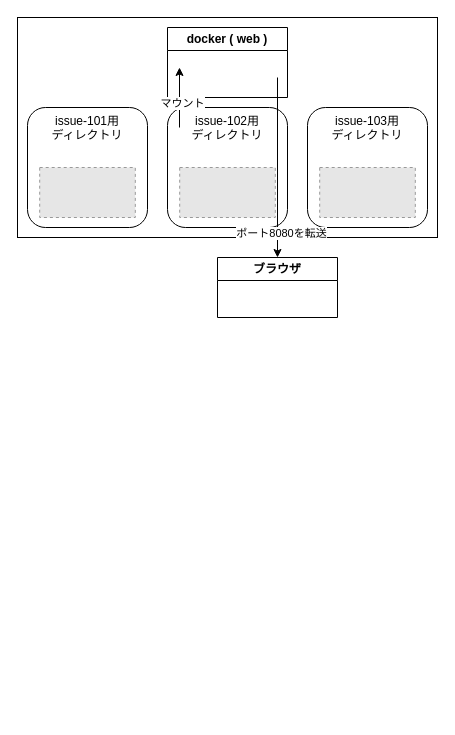
irukasano/drawio keeps this draw.io diagram as 20250812みんなどうやって AI でマルチタスクしてるの？.drawio. Above is the earlier version. Source tidied: cells renumbered, new cells numbered last; positions are measured from the earlier drawing's top-left corner, leaving out a move shared by most shapes. Both pictures are drawn from the tidied source at 100%, with x=0, y=0 at pixel (17, 17). Pictures stored in the file or linked from it are replaced by grey dashed boxes.
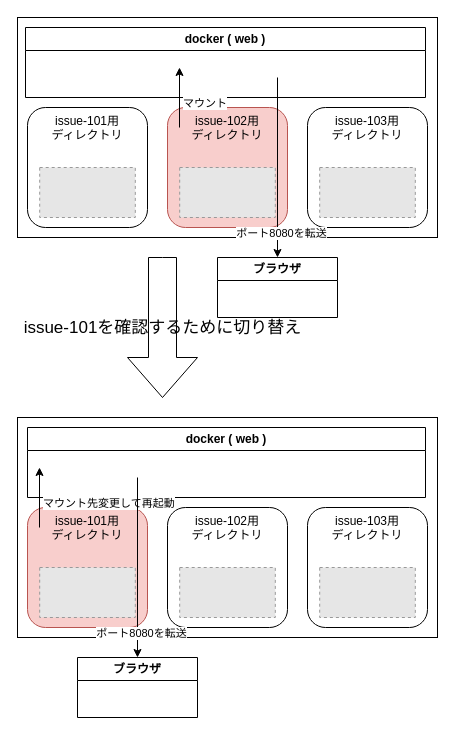
The same diagram, later.

Commit message:
20250812みんなどうやって AI でマルチタスクしてるの？.drawio を更新します

The change refers to these unchanged cells:
```xml
<mxCell id="7" style="endArrow=classic;html=1;rounded=0;" parent="1" edge="1">
  <mxGeometry relative="1" as="geometry">
    <mxPoint x="162" y="110" as="sourcePoint" />
    <mxPoint x="162" y="50" as="targetPoint" />
  </mxGeometry>
</mxCell>
```

The edit, as a diff of the source:
```diff
@@
-    <mxCell id="4" value="&lt;font face=&quot;Helvetica&quot;&gt;issue-102用&lt;/font&gt;&lt;div&gt;&lt;font face=&quot;Helvetica&quot;&gt;ディレクトリ&lt;/font&gt;&lt;/div&gt;" style="rounded=1;whiteSpace=wrap;html=1;verticalAlign=top;" parent="1" vertex="1">
+    <mxCell id="4" value="&lt;font face=&quot;Helvetica&quot;&gt;issue-102用&lt;/font&gt;&lt;div&gt;&lt;font face=&quot;Helvetica&quot;&gt;ディレクトリ&lt;/font&gt;&lt;/div&gt;" style="rounded=1;whiteSpace=wrap;html=1;verticalAlign=top;fillColor=#f8cecc;strokeColor=#b85450;" parent="1" vertex="1">
       <mxGeometry x="150" y="90" width="120" height="120" as="geometry" />
     </mxCell>
@@
     <mxCell id="6" value="docker ( web )" style="swimlane;whiteSpace=wrap;html=1;" parent="1" vertex="1">
-      <mxGeometry x="150" y="10" width="120" height="70" as="geometry" />
+      <mxGeometry x="8" y="10" width="400" height="70" as="geometry" />
     </mxCell>
@@
-    <mxCell id="8" value="マウント" style="edgeLabel;html=1;align=center;verticalAlign=middle;" parent="7" vertex="1">
+    <mxCell id="8" value="マウント" style="edgeLabel;html=1;align=left;verticalAlign=middle;" parent="7" vertex="1">
       <mxGeometry x="-0.17" y="-2" relative="1" as="geometry" />
     </mxCell>
@@
+    <mxCell id="15" style="rounded=0;whiteSpace=wrap;html=1;" parent="1" vertex="1">
+      <mxGeometry y="400" width="420" height="220" as="geometry" />
+    </mxCell>
+    <mxCell id="16" value="&lt;font face=&quot;Helvetica&quot;&gt;issue-101用&lt;/font&gt;&lt;div&gt;&lt;font face=&quot;Helvetica&quot;&gt;ディレクトリ&lt;/font&gt;&lt;/div&gt;" style="rounded=1;whiteSpace=wrap;html=1;verticalAlign=top;fillColor=#f8cecc;strokeColor=#b85450;" parent="1" vertex="1">
+      <mxGeometry x="10" y="490" width="120" height="120" as="geometry" />
+    </mxCell>
+    <mxCell id="17" value="&lt;font face=&quot;Helvetica&quot;&gt;issue-102用&lt;/font&gt;&lt;div&gt;&lt;font face=&quot;Helvetica&quot;&gt;ディレクトリ&lt;/font&gt;&lt;/div&gt;" style="rounded=1;whiteSpace=wrap;html=1;verticalAlign=top;" parent="1" vertex="1">
+      <mxGeometry x="150" y="490" width="120" height="120" as="geometry" />
+    </mxCell>
+    <mxCell id="18" value="&lt;font face=&quot;Helvetica&quot;&gt;issue-103用&lt;/font&gt;&lt;div&gt;&lt;font face=&quot;Helvetica&quot;&gt;ディレクトリ&lt;/font&gt;&lt;/div&gt;" style="rounded=1;whiteSpace=wrap;html=1;verticalAlign=top;" parent="1" vertex="1">
+      <mxGeometry x="290" y="490" width="120" height="120" as="geometry" />
+    </mxCell>
+    <mxCell id="19" value="docker ( web )" style="swimlane;whiteSpace=wrap;html=1;" parent="1" vertex="1">
+      <mxGeometry x="10" y="410" width="398" height="70" as="geometry" />
+    </mxCell>
+    <mxCell id="20" style="endArrow=classic;html=1;rounded=0;" parent="1" edge="1">
+      <mxGeometry relative="1" as="geometry">
+        <mxPoint x="22" y="510" as="sourcePoint" />
+        <mxPoint x="22" y="450" as="targetPoint" />
+      </mxGeometry>
+    </mxCell>
+    <mxCell id="21" value="マウント先変更して再起動" style="edgeLabel;html=1;align=left;verticalAlign=middle;" parent="20" vertex="1">
+      <mxGeometry x="-0.17" y="-2" relative="1" as="geometry" />
+    </mxCell>
+    <mxCell id="22" style="endArrow=classic;html=1;rounded=0;" parent="1" edge="1">
+      <mxGeometry relative="1" as="geometry">
+        <mxPoint x="120" y="460" as="sourcePoint" />
+        <mxPoint x="120" y="640" as="targetPoint" />
+      </mxGeometry>
+    </mxCell>
+    <mxCell id="23" value="ポート8080を転送" style="edgeLabel;html=1;align=center;verticalAlign=middle;" parent="22" vertex="1">
+      <mxGeometry x="0.72" y="3" relative="1" as="geometry" />
+    </mxCell>
+    <mxCell id="24" value="ブラウザ" style="swimlane;whiteSpace=wrap;html=1;" parent="1" vertex="1">
+      <mxGeometry x="60" y="640" width="120" height="60" as="geometry" />
+    </mxCell>
+    <mxCell id="25" style="fillColor=#E6E6E6;strokeColor=#999999;dashed=1;verticalLabelPosition=bottom;labelBackgroundColor=default;verticalAlign=top;" parent="1" vertex="1">
+      <mxGeometry x="22.2" y="550" width="95.6" height="50" as="geometry" />
+    </mxCell>
+    <mxCell id="26" style="fillColor=#E6E6E6;strokeColor=#999999;dashed=1;verticalLabelPosition=bottom;labelBackgroundColor=default;verticalAlign=top;" parent="1" vertex="1">
+      <mxGeometry x="162.2" y="550" width="95.6" height="50" as="geometry" />
+    </mxCell>
+    <mxCell id="27" style="fillColor=#E6E6E6;strokeColor=#999999;dashed=1;verticalLabelPosition=bottom;labelBackgroundColor=default;verticalAlign=top;" parent="1" vertex="1">
+      <mxGeometry x="302.2" y="550" width="95.6" height="50" as="geometry" />
+    </mxCell>
+    <mxCell id="28" value="&lt;span style=&quot;font-size: 17px; line-height: 140%;&quot;&gt;issue-101を確認するために切り替え&lt;/span&gt;" style="html=1;shadow=0;dashed=0;align=center;verticalAlign=middle;shape=mxgraph.arrows2.arrow;dy=0.6;dx=40;direction=south;notch=0;" parent="1" vertex="1">
+      <mxGeometry x="110" y="240" width="70" height="140" as="geometry" />
+    </mxCell>
```
